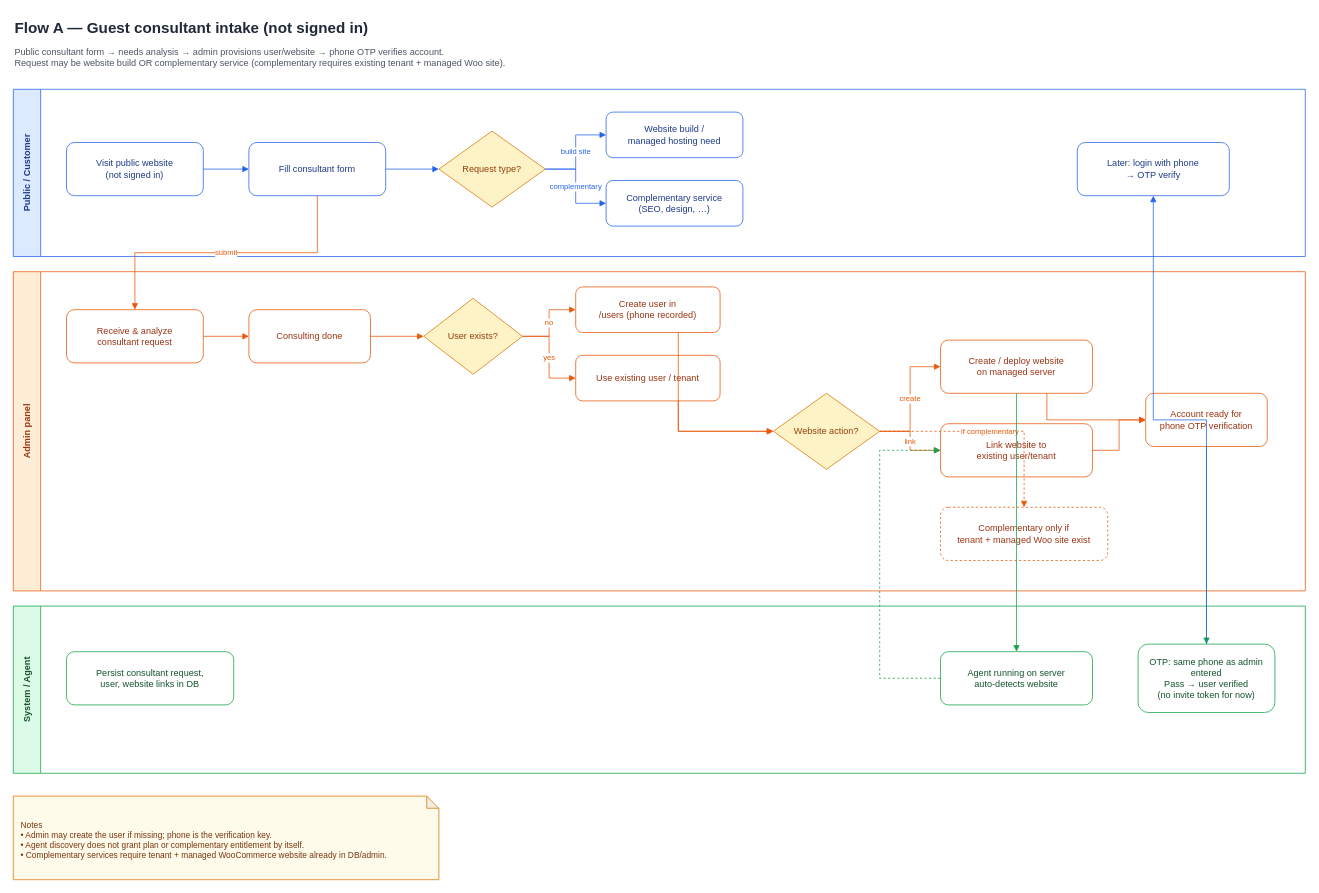
arvin-ramezani/unixsee-monorepo keeps this draw.io diagram as page "Flow A — Guest consultant" (2 of 4) of docs/product/diagrams/user-flows.drawio. Above is the earlier version. Source tidied: cells renumbered, new cells numbered last; positions are measured from the earlier drawing's top-left corner, leaving out a move shared by most shapes. Both pictures are drawn from the tidied source at 76%, with x=0, y=0 at pixel (13, 13).
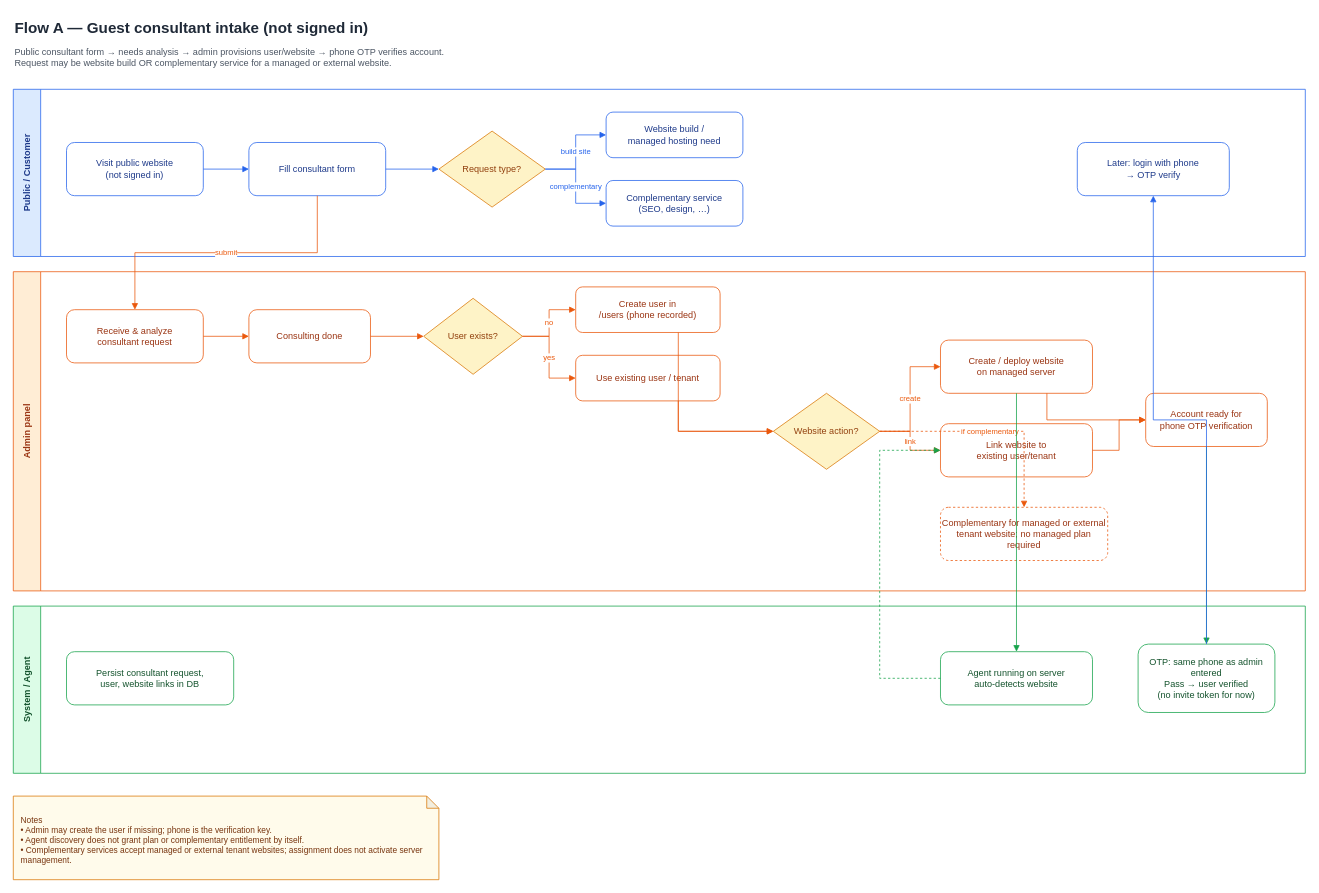
The same page after the edit.

Unchanged cells that the change refers to:
```xml
<mxCell id="5" value="Admin panel" style="swimlane;horizontal=0;whiteSpace=wrap;html=1;fillColor=#FFEDD5;strokeColor=#EA580C;fontStyle=1;fontColor=#9A3412;startSize=36;" parent="1" vertex="1">
  <mxGeometry y="340" width="1700" height="420" as="geometry" />
</mxCell>
```

Change to the diagram source:
```diff
@@
-    <mxCell id="3" value="Public consultant form → needs analysis → admin provisions user/website → phone OTP verifies account.&#10;Request may be website build OR complementary service (complementary requires existing tenant + managed Woo site)." style="text;html=1;strokeColor=none;fillColor=none;align=left;verticalAlign=middle;fontSize=12;fontColor=#4B5563;" parent="1" vertex="1">
+    <mxCell id="3" value="Public consultant form → needs analysis → admin provisions user/website → phone OTP verifies account.&#10;Request may be website build OR complementary service for a managed or external website." style="text;html=1;strokeColor=none;fillColor=none;align=left;verticalAlign=middle;fontSize=12;fontColor=#4B5563;" parent="1" vertex="1">
       <mxGeometry y="36" width="1100" height="44" as="geometry" />
     </mxCell>
@@
-    <mxCell id="21" value="Complementary only if&#10;tenant + managed Woo site exist" style="rounded=1;whiteSpace=wrap;html=1;fillColor=#FFFFFF;strokeColor=#EA580C;fontColor=#9A3412;dashed=1;" parent="5" vertex="1">
+    <mxCell id="21" value="Complementary for managed or external&#10;tenant website; no managed plan required" style="rounded=1;whiteSpace=wrap;html=1;fillColor=#FFFFFF;strokeColor=#EA580C;fontColor=#9A3412;dashed=1;" parent="5" vertex="1">
       <mxGeometry x="1220" y="310" width="220" height="70" as="geometry" />
     </mxCell>
@@
-    <mxCell id="46" value="Notes&#10;• Admin may create the user if missing; phone is the verification key.&#10;• Agent discovery does not grant plan or complementary entitlement by itself.&#10;• Complementary services require tenant + managed WooCommerce website already in DB/admin." style="shape=note;whiteSpace=wrap;html=1;backgroundOutline=1;darkOpacity=0.05;fillColor=#FFFBEB;strokeColor=#D97706;fontColor=#78350F;align=left;spacingLeft=8;spacingTop=6;size=16;fontSize=11;" parent="1" vertex="1">
+    <mxCell id="46" value="Notes&#10;• Admin may create the user if missing; phone is the verification key.&#10;• Agent discovery does not grant plan or complementary entitlement by itself.&#10;• Complementary services accept managed or external tenant websites; assignment does not activate server management." style="shape=note;whiteSpace=wrap;html=1;backgroundOutline=1;darkOpacity=0.05;fillColor=#FFFBEB;strokeColor=#D97706;fontColor=#78350F;align=left;spacingLeft=8;spacingTop=6;size=16;fontSize=11;" parent="1" vertex="1">
       <mxGeometry y="1030" width="560" height="110" as="geometry" />
     </mxCell>
```
